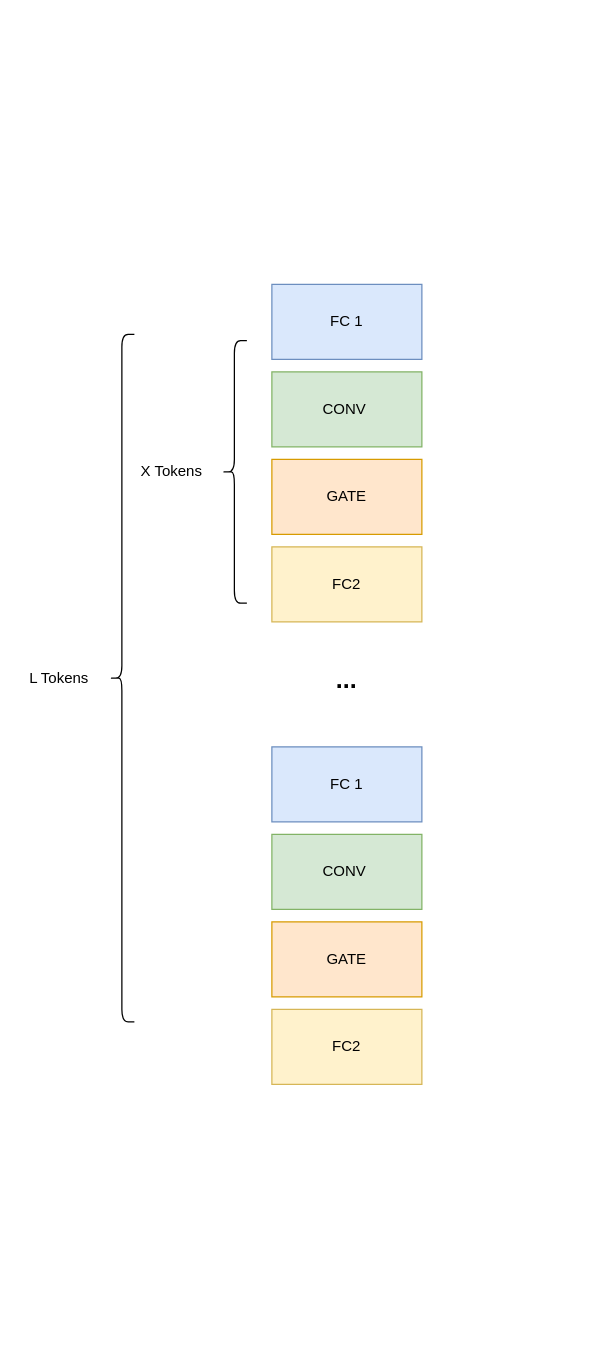
Before: page "Forward" (9 of 9) of Segformer.drawio in Devil-SX/draw-io, a draw.io diagram. Source tidied: cells renumbered, new cells numbered last; positions are measured from the earlier drawing's top-left corner, leaving out a move shared by most shapes. Both pictures are drawn from the tidied source at 125%, with x=0, y=0 at pixel (21, 284).
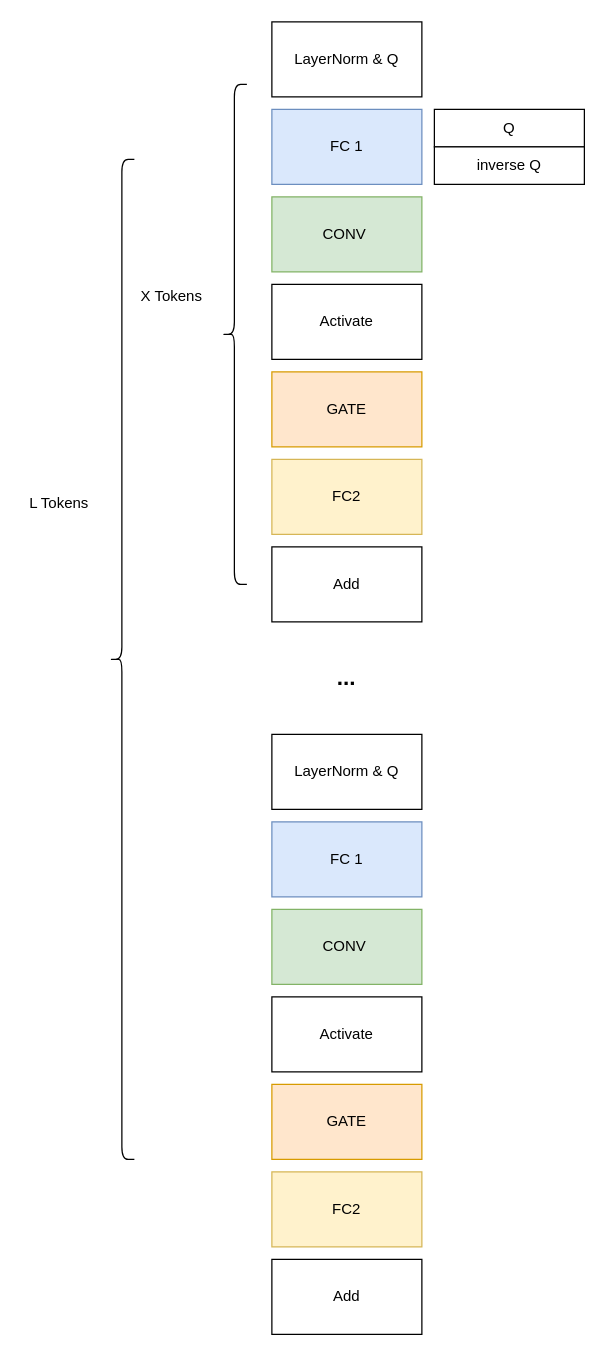
The same diagram, later.

What changed in the source:
```diff
@@
     <mxCell id="2" value="FC 1" style="rounded=0;whiteSpace=wrap;html=1;fillColor=#dae8fc;strokeColor=#6c8ebf;" parent="1" vertex="1">
-      <mxGeometry x="200" width="120" height="60" as="geometry" />
+      <mxGeometry x="200" y="-140" width="120" height="60" as="geometry" />
     </mxCell>
     <mxCell id="3" value="CONV&amp;nbsp;" style="rounded=0;whiteSpace=wrap;html=1;fillColor=#d5e8d4;strokeColor=#82b366;" parent="1" vertex="1">
-      <mxGeometry x="200" y="70" width="120" height="60" as="geometry" />
+      <mxGeometry x="200" y="-70" width="120" height="60" as="geometry" />
     </mxCell>
     <mxCell id="4" value="GATE" style="rounded=0;whiteSpace=wrap;html=1;fillColor=#ffe6cc;strokeColor=#d79b00;" parent="1" vertex="1">
-      <mxGeometry x="200" y="140" width="120" height="60" as="geometry" />
+      <mxGeometry x="200" y="70" width="120" height="60" as="geometry" />
     </mxCell>
     <mxCell id="5" value="FC2" style="rounded=0;whiteSpace=wrap;html=1;fillColor=#fff2cc;strokeColor=#d6b656;" parent="1" vertex="1">
-      <mxGeometry x="200" y="210" width="120" height="60" as="geometry" />
+      <mxGeometry x="200" y="140" width="120" height="60" as="geometry" />
     </mxCell>
     <mxCell id="6" style="shape=curlyBracket;whiteSpace=wrap;html=1;rounded=1;labelPosition=left;verticalLabelPosition=middle;align=right;verticalAlign=middle;" parent="1" vertex="1">
-      <mxGeometry x="160" y="45" width="20" height="210" as="geometry" />
+      <mxGeometry x="160" y="-160" width="20" height="400" as="geometry" />
     </mxCell>
     <mxCell id="7" value="X Tokens" style="text;html=1;strokeColor=none;fillColor=none;align=center;verticalAlign=middle;whiteSpace=wrap;rounded=0;" parent="1" vertex="1">
-      <mxGeometry x="90" y="135" width="60" height="30" as="geometry" />
+      <mxGeometry x="90" y="-5" width="60" height="30" as="geometry" />
     </mxCell>
+    <mxCell id="13" style="shape=curlyBracket;whiteSpace=wrap;html=1;rounded=1;labelPosition=left;verticalLabelPosition=middle;align=right;verticalAlign=middle;" parent="1" vertex="1">
+      <mxGeometry x="70" y="-100" width="20" height="800" as="geometry" />
+    </mxCell>
+    <mxCell id="14" value="L Tokens" style="text;html=1;strokeColor=none;fillColor=none;align=center;verticalAlign=middle;whiteSpace=wrap;rounded=0;" parent="1" vertex="1">
+      <mxGeometry y="160" width="60" height="30" as="geometry" />
+    </mxCell>
+    <mxCell id="15" value="LayerNorm &amp;amp; Q" style="rounded=0;whiteSpace=wrap;html=1;" parent="1" vertex="1">
+      <mxGeometry x="200" y="-210" width="120" height="60" as="geometry" />
+    </mxCell>
+    <mxCell id="16" value="Activate" style="rounded=0;whiteSpace=wrap;html=1;" parent="1" vertex="1">
+      <mxGeometry x="200" width="120" height="60" as="geometry" />
+    </mxCell>
+    <mxCell id="17" value="Add" style="rounded=0;whiteSpace=wrap;html=1;" parent="1" vertex="1">
+      <mxGeometry x="200" y="210" width="120" height="60" as="geometry" />
+    </mxCell>
+    <mxCell id="18" value="Q" style="rounded=0;whiteSpace=wrap;html=1;" parent="1" vertex="1">
+      <mxGeometry x="330" y="-140" width="120" height="30" as="geometry" />
+    </mxCell>
+    <mxCell id="19" value="inverse Q" style="rounded=0;whiteSpace=wrap;html=1;" parent="1" vertex="1">
+      <mxGeometry x="330" y="-110" width="120" height="30" as="geometry" />
+    </mxCell>
     <mxCell id="8" value="FC 1" style="rounded=0;whiteSpace=wrap;html=1;fillColor=#dae8fc;strokeColor=#6c8ebf;" parent="1" vertex="1">
-      <mxGeometry x="200" y="370" width="120" height="60" as="geometry" />
+      <mxGeometry x="200" y="430" width="120" height="60" as="geometry" />
     </mxCell>
     <mxCell id="9" value="CONV&amp;nbsp;" style="rounded=0;whiteSpace=wrap;html=1;fillColor=#d5e8d4;strokeColor=#82b366;" parent="1" vertex="1">
-      <mxGeometry x="200" y="440" width="120" height="60" as="geometry" />
+      <mxGeometry x="200" y="500" width="120" height="60" as="geometry" />
     </mxCell>
     <mxCell id="10" value="GATE" style="rounded=0;whiteSpace=wrap;html=1;fillColor=#ffe6cc;strokeColor=#d79b00;" parent="1" vertex="1">
-      <mxGeometry x="200" y="510" width="120" height="60" as="geometry" />
+      <mxGeometry x="200" y="640" width="120" height="60" as="geometry" />
     </mxCell>
     <mxCell id="11" value="FC2" style="rounded=0;whiteSpace=wrap;html=1;fillColor=#fff2cc;strokeColor=#d6b656;" parent="1" vertex="1">
-      <mxGeometry x="200" y="580" width="120" height="60" as="geometry" />
+      <mxGeometry x="200" y="710" width="120" height="60" as="geometry" />
     </mxCell>
+    <mxCell id="20" value="LayerNorm &amp;amp; Q" style="rounded=0;whiteSpace=wrap;html=1;" parent="1" vertex="1">
+      <mxGeometry x="200" y="360" width="120" height="60" as="geometry" />
+    </mxCell>
+    <mxCell id="21" value="Activate" style="rounded=0;whiteSpace=wrap;html=1;" parent="1" vertex="1">
+      <mxGeometry x="200" y="570" width="120" height="60" as="geometry" />
+    </mxCell>
+    <mxCell id="22" value="Add" style="rounded=0;whiteSpace=wrap;html=1;" parent="1" vertex="1">
+      <mxGeometry x="200" y="780" width="120" height="60" as="geometry" />
+    </mxCell>
-    <mxCell id="12" value="&lt;b&gt;&lt;font style=&quot;font-size: 20px;&quot;&gt;...&lt;/font&gt;&lt;/b&gt;" style="text;html=1;strokeColor=none;fillColor=none;align=center;verticalAlign=middle;whiteSpace=wrap;rounded=0;" parent="1" vertex="1">
+    <mxCell id="12" value="&lt;b&gt;&lt;font style=&quot;font-size: 18px;&quot;&gt;...&lt;/font&gt;&lt;/b&gt;" style="text;html=1;strokeColor=none;fillColor=none;align=center;verticalAlign=middle;whiteSpace=wrap;rounded=0;" parent="1" vertex="1">
       <mxGeometry x="230" y="300" width="60" height="30" as="geometry" />
     </mxCell>
-    <mxCell id="13" style="shape=curlyBracket;whiteSpace=wrap;html=1;rounded=1;labelPosition=left;verticalLabelPosition=middle;align=right;verticalAlign=middle;" parent="1" vertex="1">
-      <mxGeometry x="70" y="40" width="20" height="550" as="geometry" />
-    </mxCell>
-    <mxCell id="14" value="L Tokens" style="text;html=1;strokeColor=none;fillColor=none;align=center;verticalAlign=middle;whiteSpace=wrap;rounded=0;" parent="1" vertex="1">
-      <mxGeometry y="300" width="60" height="30" as="geometry" />
-    </mxCell>
```
